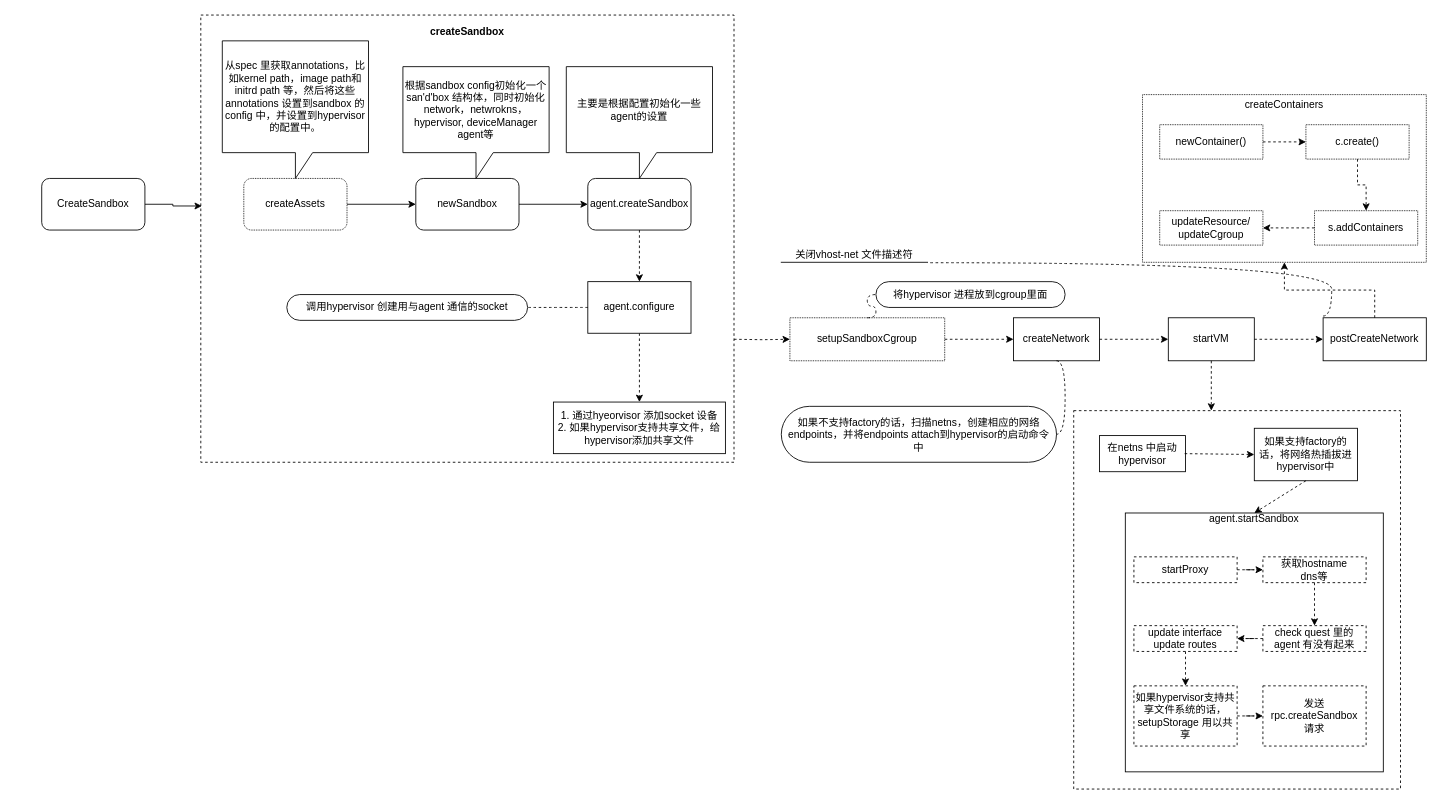
Above: sandbox.drawio in lifupan/doc (draw.io), before the change. Source tidied: cells renumbered, new cells numbered last; positions are measured from the earlier drawing's top-left corner, leaving out a move shared by most shapes. Both pictures are drawn from the tidied source at 86%, with x=0, y=0 at pixel (41, 15).
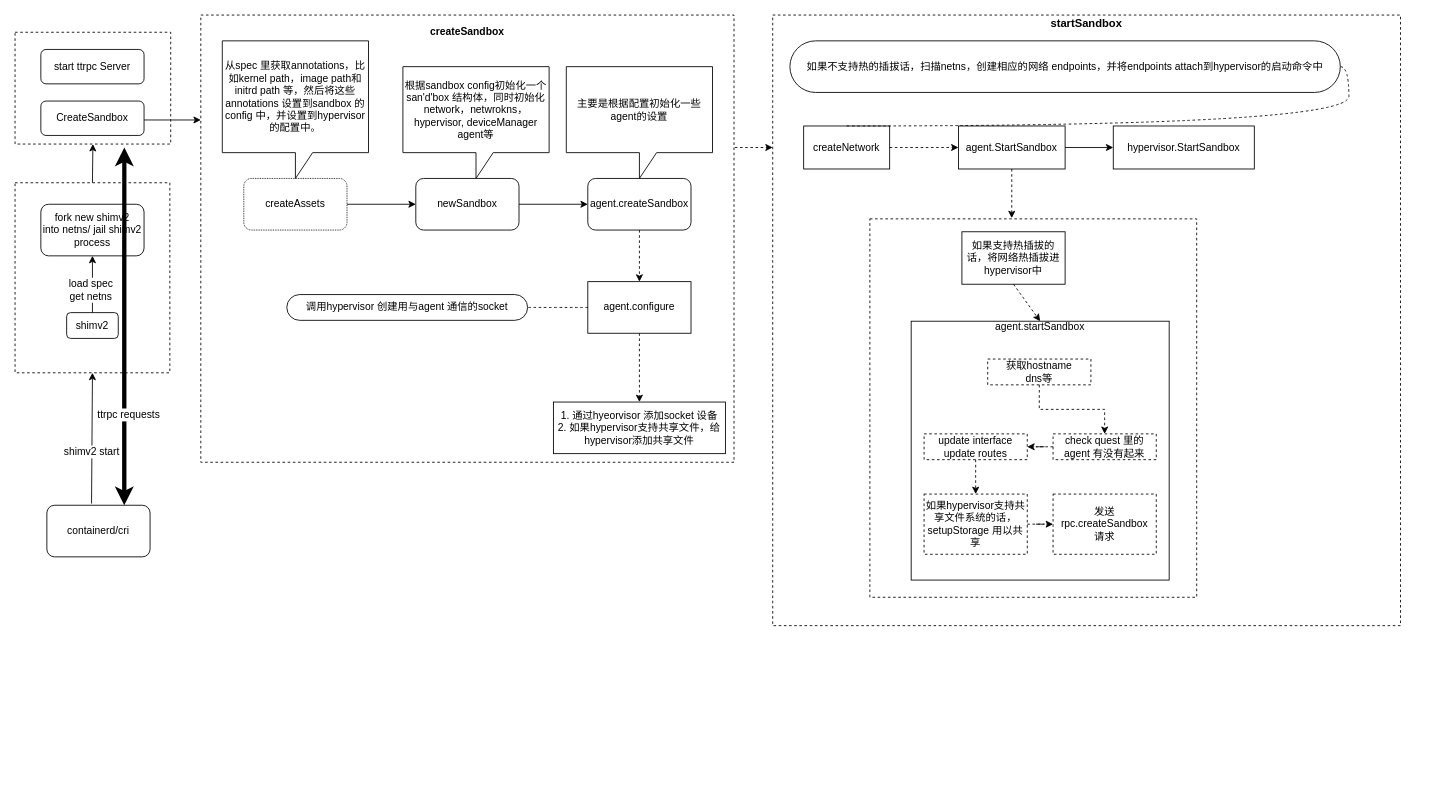
The same diagram, later.

The change refers to these unchanged cells:
```xml
<mxCell id="3" style="rounded=0;whiteSpace=wrap;html=1;fillColor=none;dashed=1;" parent="1" vertex="1">
  <mxGeometry x="185" width="620" height="520" as="geometry" />
</mxCell>
```

Change to the diagram source:
```diff
@@
+    <mxCell id="61" style="rounded=0;whiteSpace=wrap;html=1;dashed=1;fillColor=none;" parent="1" vertex="1">
+      <mxGeometry x="-31" y="20" width="181" height="130" as="geometry" />
+    </mxCell>
+    <mxCell id="62" value="&lt;b&gt;&lt;font style=&quot;font-size: 13px&quot;&gt;startSandbox&lt;/font&gt;&lt;/b&gt;&lt;br&gt;&lt;br&gt;&lt;br&gt;&lt;br&gt;&lt;br&gt;&lt;br&gt;&lt;br&gt;&lt;br&gt;&lt;br&gt;&lt;br&gt;&lt;br&gt;&lt;br&gt;&lt;br&gt;&lt;br&gt;&lt;br&gt;&lt;br&gt;&lt;br&gt;&lt;br&gt;&lt;br&gt;&lt;br&gt;&lt;br&gt;&lt;br&gt;&lt;br&gt;&lt;br&gt;&lt;br&gt;&lt;br&gt;&lt;br&gt;&lt;br&gt;&lt;br&gt;&lt;br&gt;&lt;br&gt;&lt;br&gt;&lt;br&gt;&lt;br&gt;&lt;br&gt;&lt;br&gt;&lt;br&gt;&lt;br&gt;&lt;br&gt;&lt;br&gt;&lt;br&gt;&lt;br&gt;&lt;br&gt;&lt;br&gt;&lt;br&gt;&lt;br&gt;&lt;br&gt;&lt;br&gt;&lt;br&gt;" style="rounded=0;whiteSpace=wrap;html=1;fillColor=none;dashed=1;" parent="1" vertex="1">
+      <mxGeometry x="850" width="730" height="710" as="geometry" />
+    </mxCell>
     <mxCell id="2" style="rounded=0;whiteSpace=wrap;html=1;dashed=1;fillColor=none;" parent="1" vertex="1">
-      <mxGeometry x="1200" y="460" width="380" height="440" as="geometry" />
+      <mxGeometry x="963" y="237" width="380" height="440" as="geometry" />
     </mxCell>
@@
-    <mxCell id="4" style="edgeStyle=orthogonalEdgeStyle;rounded=0;jettySize=auto;html=1;entryX=0.002;entryY=0.427;entryDx=0;entryDy=0;entryPerimeter=0;" parent="1" edge="1" source="5" target="3">
-      <mxGeometry relative="1" as="geometry" />
+    <mxCell id="4" style="edgeStyle=orthogonalEdgeStyle;rounded=0;orthogonalLoop=1;jettySize=auto;html=1;entryX=0;entryY=0.115;entryDx=0;entryDy=0;entryPerimeter=0;" parent="1" edge="1">
+      <mxGeometry relative="1" as="geometry">
+        <mxPoint x="119" y="122" as="sourcePoint" />
+        <mxPoint x="185" y="122" as="targetPoint" />
+      </mxGeometry>
     </mxCell>
-    <mxCell id="5" value="CreateSandbox" style="rounded=1;whiteSpace=wrap;html=1;" parent="1" vertex="1">
-      <mxGeometry y="190" width="120" height="60" as="geometry" />
+    <mxCell id="5" value="start ttrpc Server" style="rounded=1;whiteSpace=wrap;html=1;" parent="1" vertex="1">
+      <mxGeometry x="-1" y="40" width="120" height="40" as="geometry" />
     </mxCell>
@@
-    <mxCell id="20" style="edgeStyle=orthogonalEdgeStyle;rounded=0;jettySize=auto;html=1;dashed=1;" parent="1" edge="1" target="22">
-      <mxGeometry relative="1" as="geometry">
-        <mxPoint x="805" y="377" as="sourcePoint" />
-      </mxGeometry>
-    </mxCell>
-    <mxCell id="21" style="edgeStyle=orthogonalEdgeStyle;rounded=0;jettySize=auto;html=1;dashed=1;" parent="1" edge="1" source="22" target="24">
-      <mxGeometry relative="1" as="geometry" />
+    <mxCell id="21" style="edgeStyle=orthogonalEdgeStyle;rounded=0;orthogonalLoop=1;jettySize=auto;html=1;dashed=1;" parent="1" edge="1">
+      <mxGeometry relative="1" as="geometry">
+        <mxPoint x="806" y="154" as="sourcePoint" />
+        <mxPoint x="850" y="154" as="targetPoint" />
+      </mxGeometry>
     </mxCell>
-    <mxCell id="22" value="setupSandboxCgroup" style="rounded=0;whiteSpace=wrap;html=1;fillColor=none;dashed=1;dashPattern=1 1;" parent="1" vertex="1">
-      <mxGeometry x="870" y="352" width="180" height="50" as="geometry" />
-    </mxCell>
@@
     <mxCell id="24" value="createNetwork" style="rounded=0;whiteSpace=wrap;html=1;fillColor=none;" parent="1" vertex="1">
-      <mxGeometry x="1130" y="352" width="100" height="50" as="geometry" />
+      <mxGeometry x="886" y="129" width="100" height="50" as="geometry" />
     </mxCell>
-    <mxCell id="25" style="edgeStyle=orthogonalEdgeStyle;rounded=0;jettySize=auto;html=1;dashed=1;" parent="1" edge="1" source="27" target="30">
-      <mxGeometry relative="1" as="geometry" />
-    </mxCell>
-    <mxCell id="26" style="edgeStyle=orthogonalEdgeStyle;rounded=0;jettySize=auto;html=1;dashed=1;" parent="1" edge="1" source="27">
-      <mxGeometry relative="1" as="geometry">
-        <mxPoint x="1360" y="460" as="targetPoint" />
-      </mxGeometry>
+    <mxCell id="26" style="edgeStyle=orthogonalEdgeStyle;rounded=0;jettySize=auto;html=1;dashed=1;entryX=0.434;entryY=-0.002;entryDx=0;entryDy=0;entryPerimeter=0;" parent="1" edge="1" source="27" target="2">
+      <mxGeometry relative="1" as="geometry" />
     </mxCell>
+    <mxCell id="63" style="edgeStyle=orthogonalEdgeStyle;rounded=0;jettySize=auto;html=1;" parent="1" edge="1" source="27" target="64">
+      <mxGeometry relative="1" as="geometry" />
+    </mxCell>
-    <mxCell id="27" value="startVM" style="rounded=0;whiteSpace=wrap;html=1;fillColor=none;" parent="1" vertex="1">
-      <mxGeometry x="1310" y="352" width="100" height="50" as="geometry" />
+    <mxCell id="27" value="agent.StartSandbox" style="rounded=0;whiteSpace=wrap;html=1;fillColor=none;" parent="1" vertex="1">
+      <mxGeometry x="1066" y="129" width="124" height="50" as="geometry" />
     </mxCell>
-    <mxCell id="28" value="在netns 中启动hypervisor" style="rounded=0;whiteSpace=wrap;html=1;fillColor=none;" parent="1" vertex="1">
-      <mxGeometry x="1230" y="489" width="100" height="42" as="geometry" />
-    </mxCell>
-    <mxCell id="29" style="edgeStyle=orthogonalEdgeStyle;rounded=0;jettySize=auto;html=1;dashed=1;" parent="1" edge="1" source="30" target="31">
-      <mxGeometry relative="1" as="geometry" />
-    </mxCell>
-    <mxCell id="30" value="postCreateNetwork" style="rounded=0;whiteSpace=wrap;html=1;fillColor=none;" parent="1" vertex="1">
-      <mxGeometry x="1490" y="352" width="120" height="50" as="geometry" />
-    </mxCell>
-    <mxCell id="31" value="createContainers&lt;br&gt;&lt;br&gt;&lt;br&gt;&lt;br&gt;&lt;br&gt;&lt;br&gt;&lt;br&gt;&lt;br&gt;&lt;br&gt;&lt;br&gt;&lt;br&gt;&lt;br&gt;&lt;br&gt;" style="rounded=0;whiteSpace=wrap;html=1;fillColor=none;dashed=1;dashPattern=1 1;" parent="1" vertex="1">
-      <mxGeometry x="1280" y="92.5" width="330" height="195" as="geometry" />
-    </mxCell>
+    <mxCell id="64" value="hypervisor.StartSandbox" style="rounded=0;whiteSpace=wrap;html=1;fillColor=none;" parent="1" vertex="1">
+      <mxGeometry x="1246" y="129" width="164" height="50" as="geometry" />
+    </mxCell>
@@
-    <mxCell id="33" value="将hypervisor 进程放到cgroup里面" style="whiteSpace=wrap;html=1;rounded=1;arcSize=50;align=center;verticalAlign=middle;strokeWidth=1;spacing=4;fillColor=none;" parent="1" vertex="1">
-      <mxGeometry x="970" y="310" width="220" height="30" as="geometry" />
-    </mxCell>
-    <mxCell id="34" style="edgeStyle=entityRelationEdgeStyle;startArrow=none;endArrow=none;segment=10;curved=1;dashed=1;" parent="1" edge="1" target="33">
-      <mxGeometry relative="1" as="geometry">
-        <mxPoint x="960" y="352" as="sourcePoint" />
-      </mxGeometry>
-    </mxCell>
-    <mxCell id="35" value="如果不支持factory的话，扫描netns，创建相应的网络 endpoints，并将endpoints attach到hypervisor的启动命令中" style="whiteSpace=wrap;html=1;rounded=1;arcSize=50;align=center;verticalAlign=middle;strokeWidth=1;spacing=4;fillColor=none;" parent="1" vertex="1">
-      <mxGeometry x="860" y="455" width="320" height="65" as="geometry" />
+    <mxCell id="35" value="如果不支持热的插拔话，扫描netns，创建相应的网络 endpoints，并将endpoints attach到hypervisor的启动命令中" style="whiteSpace=wrap;html=1;rounded=1;arcSize=50;align=center;verticalAlign=middle;strokeWidth=1;spacing=4;fillColor=none;" parent="1" vertex="1">
+      <mxGeometry x="870" y="30" width="640" height="60" as="geometry" />
     </mxCell>
-    <mxCell id="36" style="edgeStyle=entityRelationEdgeStyle;startArrow=none;endArrow=none;segment=10;curved=1;dashed=1;exitX=0.5;exitY=1;exitDx=0;exitDy=0;" parent="1" edge="1" source="24" target="35">
+    <mxCell id="36" style="edgeStyle=entityRelationEdgeStyle;startArrow=none;endArrow=none;segment=10;curved=1;dashed=1;exitX=0.5;exitY=0;exitDx=0;exitDy=0;" parent="1" edge="1" source="24" target="35">
       <mxGeometry relative="1" as="geometry" />
     </mxCell>
-    <mxCell id="37" value="关闭vhost-net 文件描述符" style="whiteSpace=wrap;html=1;shape=partialRectangle;top=0;left=0;bottom=1;right=0;points=[[0,1],[1,1]];strokeColor=#000000;fillColor=none;align=center;verticalAlign=bottom;routingCenterY=0.5;snapToPoint=1;" parent="1" vertex="1">
-      <mxGeometry x="860" y="267.5" width="170" height="20" as="geometry" />
-    </mxCell>
-    <mxCell id="38" style="edgeStyle=entityRelationEdgeStyle;startArrow=none;endArrow=none;segment=10;curved=1;dashed=1;" parent="1" edge="1" target="37">
-      <mxGeometry relative="1" as="geometry">
-        <mxPoint x="1490" y="350" as="sourcePoint" />
-      </mxGeometry>
-    </mxCell>
-    <mxCell id="39" style="edgeStyle=orthogonalEdgeStyle;rounded=0;jettySize=auto;html=1;dashed=1;" parent="1" edge="1" source="41" target="45">
-      <mxGeometry relative="1" as="geometry" />
-    </mxCell>
-    <mxCell id="40" style="edgeStyle=orthogonalEdgeStyle;rounded=0;jettySize=auto;html=1;dashed=1;exitX=0.5;exitY=1;exitDx=0;exitDy=0;" parent="1" edge="1" source="45" target="43">
-      <mxGeometry relative="1" as="geometry" />
-    </mxCell>
-    <mxCell id="41" value="newContainer()" style="rounded=0;whiteSpace=wrap;html=1;dashed=1;dashPattern=1 1;fillColor=none;" parent="1" vertex="1">
-      <mxGeometry x="1300" y="127.5" width="120" height="40" as="geometry" />
-    </mxCell>
-    <mxCell id="42" style="edgeStyle=orthogonalEdgeStyle;rounded=0;jettySize=auto;html=1;dashed=1;" parent="1" edge="1" source="43" target="44">
-      <mxGeometry relative="1" as="geometry" />
-    </mxCell>
-    <mxCell id="43" value="s.addContainers" style="rounded=0;whiteSpace=wrap;html=1;dashed=1;dashPattern=1 1;fillColor=none;" parent="1" vertex="1">
-      <mxGeometry x="1480" y="227.5" width="120" height="40" as="geometry" />
-    </mxCell>
-    <mxCell id="44" value="updateResource/&lt;br&gt;updateCgroup" style="rounded=0;whiteSpace=wrap;html=1;dashed=1;dashPattern=1 1;fillColor=none;" parent="1" vertex="1">
-      <mxGeometry x="1300" y="227.5" width="120" height="40" as="geometry" />
-    </mxCell>
-    <mxCell id="45" value="c.create()" style="rounded=0;whiteSpace=wrap;html=1;dashed=1;dashPattern=1 1;fillColor=none;" parent="1" vertex="1">
-      <mxGeometry x="1470" y="127.5" width="120" height="40" as="geometry" />
-    </mxCell>
-    <mxCell id="46" value="如果支持factory的话，将网络热插拔进hypervisor中" style="rounded=0;whiteSpace=wrap;html=1;fillColor=none;" parent="1" vertex="1">
-      <mxGeometry x="1410" y="480.5" width="120" height="61" as="geometry" />
+    <mxCell id="46" value="如果支持热插拔的话，将网络热插拔进hypervisor中" style="rounded=0;whiteSpace=wrap;html=1;fillColor=none;" parent="1" vertex="1">
+      <mxGeometry x="1070" y="252" width="120" height="61" as="geometry" />
     </mxCell>
-    <mxCell id="47" style="endArrow=classic;html=1;dashed=1;exitX=0.5;exitY=1;exitDx=0;exitDy=0;entryX=0;entryY=0.5;entryDx=0;entryDy=0;" parent="1" edge="1" target="46">
-      <mxGeometry relative="1" as="geometry">
-        <mxPoint x="1329" y="510" as="sourcePoint" />
-      </mxGeometry>
-    </mxCell>
     <mxCell id="48" value="agent.startSandbox&lt;br&gt;&lt;br&gt;&lt;br&gt;&lt;br&gt;&lt;br&gt;&lt;br&gt;&lt;br&gt;&lt;br&gt;&lt;br&gt;&lt;br&gt;&lt;br&gt;&lt;br&gt;&lt;br&gt;&lt;br&gt;&lt;br&gt;&lt;br&gt;&lt;br&gt;&lt;br&gt;&lt;br&gt;&lt;br&gt;&lt;br&gt;" style="rounded=0;whiteSpace=wrap;html=1;fillColor=none;" parent="1" vertex="1">
-      <mxGeometry x="1260" y="579" width="300" height="301" as="geometry" />
+      <mxGeometry x="1011" y="356" width="300" height="301" as="geometry" />
     </mxCell>
@@
-    <mxCell id="50" style="edgeStyle=orthogonalEdgeStyle;rounded=0;jettySize=auto;html=1;dashed=1;" parent="1" edge="1" source="51" target="53">
-      <mxGeometry relative="1" as="geometry" />
-    </mxCell>
-    <mxCell id="51" value="startProxy" style="rounded=0;whiteSpace=wrap;html=1;dashed=1;fillColor=none;" parent="1" vertex="1">
-      <mxGeometry x="1270" y="630" width="120" height="30" as="geometry" />
-    </mxCell>
@@
     <mxCell id="53" value="获取hostname&lt;br&gt;dns等" style="rounded=0;whiteSpace=wrap;html=1;dashed=1;fillColor=none;" parent="1" vertex="1">
-      <mxGeometry x="1420" y="630" width="120" height="30" as="geometry" />
+      <mxGeometry x="1100" y="400" width="120" height="30" as="geometry" />
     </mxCell>
@@
     <mxCell id="55" value="check quest 里的agent 有没有起来" style="rounded=0;whiteSpace=wrap;html=1;dashed=1;fillColor=none;" parent="1" vertex="1">
-      <mxGeometry x="1420" y="710" width="120" height="30" as="geometry" />
+      <mxGeometry x="1176" y="487" width="120" height="30" as="geometry" />
     </mxCell>
@@
     <mxCell id="57" value="update interface&lt;br&gt;update routes" style="rounded=0;whiteSpace=wrap;html=1;dashed=1;fillColor=none;" parent="1" vertex="1">
-      <mxGeometry x="1270" y="710" width="120" height="30" as="geometry" />
+      <mxGeometry x="1026" y="487" width="120" height="30" as="geometry" />
     </mxCell>
@@
     <mxCell id="59" value="如果hypervisor支持共享文件系统的话，setupStorage 用以共享" style="rounded=0;whiteSpace=wrap;html=1;dashed=1;fillColor=none;" parent="1" vertex="1">
-      <mxGeometry x="1270" y="780" width="120" height="70" as="geometry" />
+      <mxGeometry x="1026" y="557" width="120" height="70" as="geometry" />
     </mxCell>
     <mxCell id="60" value="发送 rpc.createSandbox&lt;br&gt;请求" style="rounded=0;whiteSpace=wrap;html=1;dashed=1;fillColor=none;" parent="1" vertex="1">
-      <mxGeometry x="1420" y="780" width="120" height="70" as="geometry" />
+      <mxGeometry x="1176" y="557" width="120" height="70" as="geometry" />
     </mxCell>
+    <mxCell id="65" style="endArrow=classic;html=1;entryX=0.5;entryY=1;entryDx=0;entryDy=0;exitX=0.433;exitY=-0.033;exitDx=0;exitDy=0;exitPerimeter=0;" parent="1" edge="1" source="72" target="73">
+      <mxGeometry relative="1" as="geometry" />
+    </mxCell>
+    <mxCell id="66" value="shimv2 start" style="text;html=1;align=center;verticalAlign=middle;labelBackgroundColor=#ffffff;" parent="65" vertex="1">
+      <mxGeometry x="-0.2" y="1" relative="1" as="geometry" />
+    </mxCell>
+    <mxCell id="67" value="shimv2" style="rounded=1;whiteSpace=wrap;html=1;" parent="1" vertex="1">
+      <mxGeometry x="29" y="346" width="60" height="30" as="geometry" />
+    </mxCell>
+    <mxCell id="68" style="endArrow=classic;html=1;entryX=0.5;entryY=1;entryDx=0;entryDy=0;exitX=0.5;exitY=0;exitDx=0;exitDy=0;" parent="1" edge="1" source="67" target="70">
+      <mxGeometry relative="1" as="geometry" />
+    </mxCell>
+    <mxCell id="69" value="load spec&lt;br&gt;get netns" style="text;html=1;align=center;verticalAlign=middle;labelBackgroundColor=#ffffff;" parent="68" vertex="1">
+      <mxGeometry x="-0.19" y="3" relative="1" as="geometry" />
+    </mxCell>
+    <mxCell id="70" value="fork new shimv2 &lt;br&gt;into netns/ jail shimv2&lt;br&gt;process" style="rounded=1;whiteSpace=wrap;html=1;" parent="1" vertex="1">
+      <mxGeometry x="-1" y="220" width="120" height="60" as="geometry" />
+    </mxCell>
+    <mxCell id="71" style="endArrow=classic;html=1;entryX=0.5;entryY=1;entryDx=0;entryDy=0;exitX=0.5;exitY=0;exitDx=0;exitDy=0;" parent="1" edge="1" source="73" target="61">
+      <mxGeometry relative="1" as="geometry" />
+    </mxCell>
+    <mxCell id="72" value="containerd/cri" style="rounded=1;whiteSpace=wrap;html=1;fillColor=none;" parent="1" vertex="1">
+      <mxGeometry x="6" y="570" width="120" height="60" as="geometry" />
+    </mxCell>
+    <mxCell id="73" style="rounded=0;whiteSpace=wrap;html=1;fillColor=none;dashed=1;" parent="1" vertex="1">
+      <mxGeometry x="-31" y="195" width="180" height="221" as="geometry" />
+    </mxCell>
+    <mxCell id="74" value="CreateSandbox" style="rounded=1;whiteSpace=wrap;html=1;" parent="1" vertex="1">
+      <mxGeometry x="-1" y="100" width="120" height="40" as="geometry" />
+    </mxCell>
+    <mxCell id="75" style="endArrow=classic;startArrow=classic;html=1;entryX=0.75;entryY=0;entryDx=0;entryDy=0;exitX=0.702;exitY=1.031;exitDx=0;exitDy=0;exitPerimeter=0;strokeWidth=5;" parent="1" edge="1" source="61" target="72">
+      <mxGeometry relative="1" as="geometry" />
+    </mxCell>
+    <mxCell id="76" value="ttrpc requests" style="text;html=1;align=center;verticalAlign=middle;labelBackgroundColor=#ffffff;" parent="75" vertex="1">
+      <mxGeometry x="0.49" y="4" relative="1" as="geometry" />
+    </mxCell>
```
